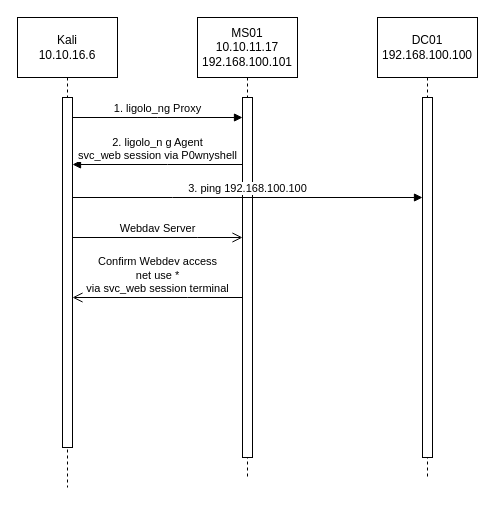
The draw.io diagram Untitled Diagram.drawio in hacktivcyber/hackthebox, before the edit. Source tidied: cells renumbered, new cells numbered last; positions are measured from the earlier drawing's top-left corner, leaving out a move shared by most shapes. Both pictures are drawn from the tidied source at 100%, with x=0, y=0 at pixel (17, 17).
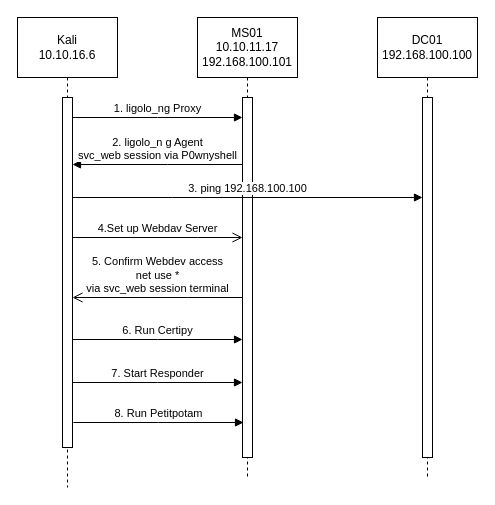
The same diagram, later.

The change refers to these unchanged cells:
```xml
<mxCell id="3" style="html=1;points=[];perimeter=orthogonalPerimeter;outlineConnect=0;targetShapes=umlLifeline;portConstraint=eastwest;newEdgeStyle={&quot;edgeStyle&quot;:&quot;elbowEdgeStyle&quot;,&quot;elbow&quot;:&quot;vertical&quot;,&quot;curved&quot;:0,&quot;rounded&quot;:0};" parent="2" vertex="1">
  <mxGeometry x="45" y="80" width="10" height="350" as="geometry" />
</mxCell>
<mxCell id="5" style="html=1;points=[];perimeter=orthogonalPerimeter;outlineConnect=0;targetShapes=umlLifeline;portConstraint=eastwest;newEdgeStyle={&quot;edgeStyle&quot;:&quot;elbowEdgeStyle&quot;,&quot;elbow&quot;:&quot;vertical&quot;,&quot;curved&quot;:0,&quot;rounded&quot;:0};" parent="4" vertex="1">
  <mxGeometry x="45" y="80" width="10" height="360" as="geometry" />
</mxCell>
```

The edit, as a diff of the source:
```diff
@@
-    <mxCell id="7" value="Confirm Webdev access&lt;div&gt;net use *&lt;/div&gt;&lt;div&gt;via svc_web session terminal&lt;/div&gt;" style="html=1;verticalAlign=bottom;endArrow=open;dashed=0;endSize=8;edgeStyle=elbowEdgeStyle;elbow=vertical;curved=0;rounded=0;" parent="1" edge="1">
+    <mxCell id="7" value="5. Confirm Webdev access&lt;div&gt;net use *&lt;/div&gt;&lt;div&gt;via svc_web session terminal&lt;/div&gt;" style="html=1;verticalAlign=bottom;endArrow=open;dashed=0;endSize=8;edgeStyle=elbowEdgeStyle;elbow=vertical;curved=0;rounded=0;" parent="1" edge="1">
       <mxGeometry relative="1" as="geometry">
         <mxPoint x="225" y="280" as="sourcePoint" />
         <mxPoint x="55" y="280" as="targetPoint" />
         <Array as="points">
           <mxPoint x="170" y="280" />
           <mxPoint x="190" y="260" />
           <mxPoint x="150" y="300" />
         </Array>
       </mxGeometry>
     </mxCell>
@@
-    <mxCell id="9" value="Webdav Server" style="html=1;verticalAlign=bottom;endArrow=open;dashed=0;endSize=8;edgeStyle=elbowEdgeStyle;elbow=vertical;curved=0;rounded=0;" parent="1" edge="1" source="3" target="5">
+    <mxCell id="9" value="4.Set up Webdav Server" style="html=1;verticalAlign=bottom;endArrow=open;dashed=0;endSize=8;edgeStyle=elbowEdgeStyle;elbow=vertical;curved=0;rounded=0;" parent="1" edge="1" source="3" target="5">
       <mxGeometry relative="1" as="geometry">
         <Array as="points">
           <mxPoint x="180" y="220" />
           <mxPoint x="190" y="200" />
           <mxPoint x="150" y="190" />
           <mxPoint x="180" y="180" />
           <mxPoint x="140" y="210" />
         </Array>
       </mxGeometry>
     </mxCell>
@@
+    <mxCell id="13" value="7. Start Responder" style="html=1;verticalAlign=bottom;endArrow=block;edgeStyle=elbowEdgeStyle;elbow=vertical;curved=0;rounded=0;" parent="1" edge="1">
+      <mxGeometry relative="1" as="geometry">
+        <mxPoint x="55" y="365" as="sourcePoint" />
+        <mxPoint x="225" y="365" as="targetPoint" />
+        <Array as="points">
+          <mxPoint x="140" y="365" />
+        </Array>
+      </mxGeometry>
+    </mxCell>
+    <mxCell id="14" value="6. Run Certipy" style="html=1;verticalAlign=bottom;endArrow=block;edgeStyle=elbowEdgeStyle;elbow=vertical;curved=0;rounded=0;" parent="1" edge="1">
+      <mxGeometry relative="1" as="geometry">
+        <mxPoint x="55" y="322" as="sourcePoint" />
+        <mxPoint x="225" y="322" as="targetPoint" />
+        <Array as="points">
+          <mxPoint x="140" y="322" />
+        </Array>
+      </mxGeometry>
+    </mxCell>
+    <mxCell id="15" value="8. Run Petitpotam" style="html=1;verticalAlign=bottom;endArrow=block;edgeStyle=elbowEdgeStyle;elbow=vertical;curved=0;rounded=0;" parent="1" edge="1">
+      <mxGeometry relative="1" as="geometry">
+        <mxPoint x="56" y="405" as="sourcePoint" />
+        <mxPoint x="226" y="405" as="targetPoint" />
+        <Array as="points">
+          <mxPoint x="141" y="405" />
+        </Array>
+      </mxGeometry>
+    </mxCell>
```
